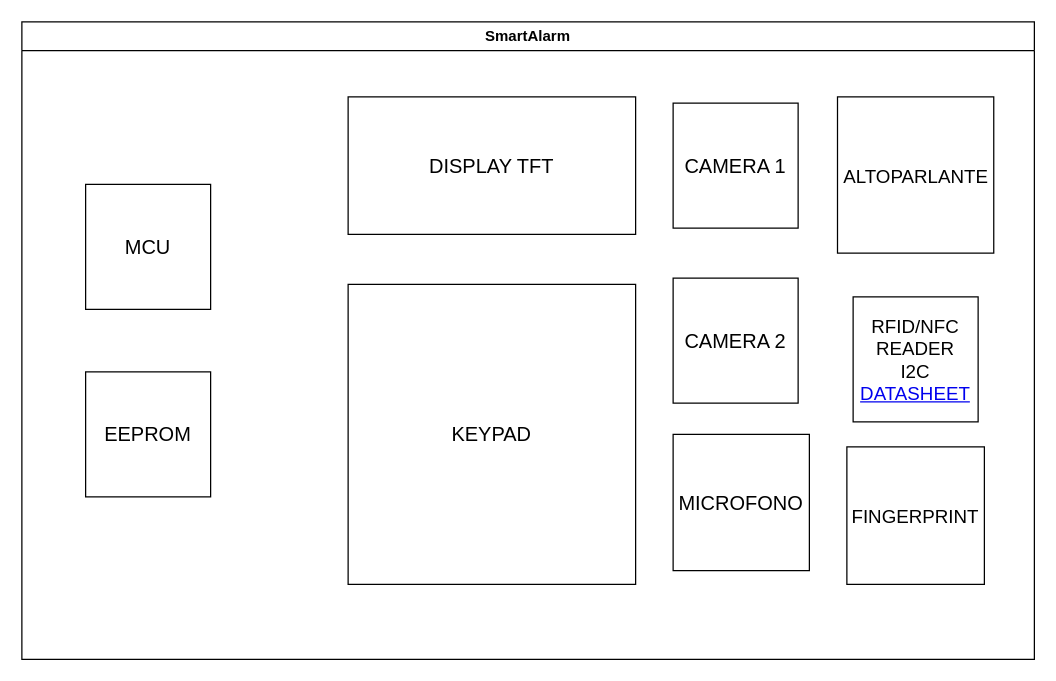
gian02-dev/SmartAlarm keeps this draw.io diagram as SmartAlarm.drawio. Above is the earlier version. Source tidied: cells renumbered, new cells numbered last; positions are measured from the earlier drawing's top-left corner, leaving out a move shared by most shapes. Both pictures are drawn from the tidied source at 125%, with x=0, y=0 at pixel (21, 21).
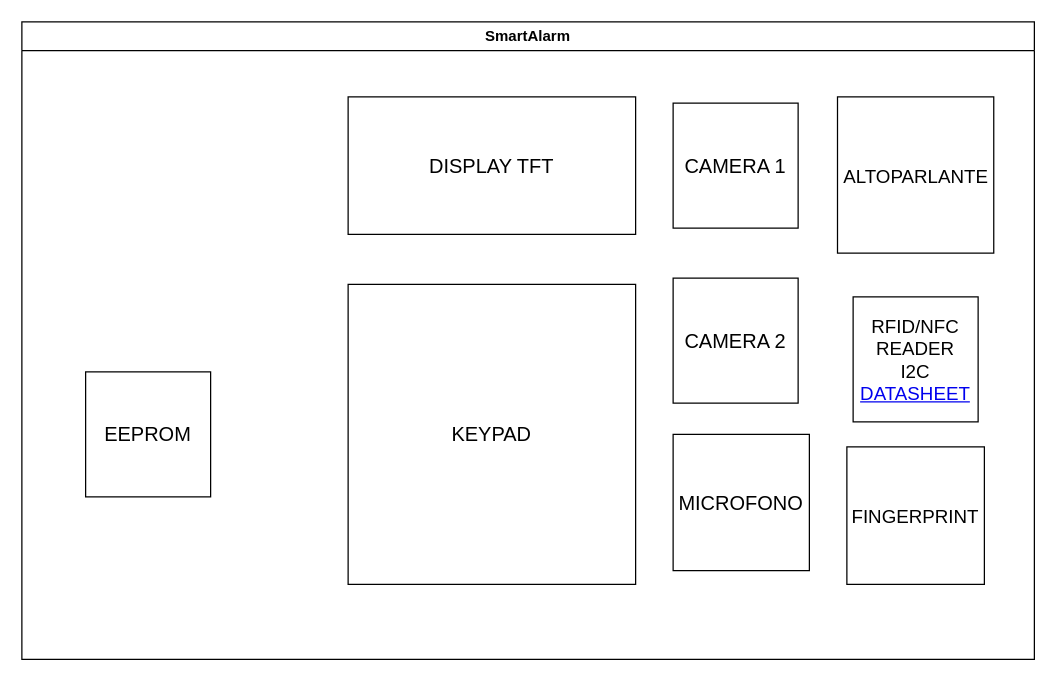
Above is the later version.

What changed in the source:
```diff
@@
 <mxGraphModel>
   <root>
     <mxCell id="0" />
     <mxCell id="1" parent="0" />
     <mxCell id="2" value="SmartAlarm" style="swimlane;whiteSpace=wrap;html=1;" parent="1" vertex="1">
       <mxGeometry width="810" height="510" as="geometry" />
     </mxCell>
     <mxCell id="3" value="&lt;font style=&quot;font-size: 15px;&quot;&gt;RFID/NFC&lt;br&gt;&lt;/font&gt;&lt;div&gt;&lt;font style=&quot;font-size: 15px;&quot;&gt;READER&lt;/font&gt;&lt;/div&gt;&lt;div&gt;&lt;font style=&quot;font-size: 15px;&quot;&gt;I2C&lt;br&gt;&lt;a href=&quot;https://www.mouser.it/datasheet/2/389/st25dv04kc-2450072.pdf&quot;&gt;DATASHEET&lt;/a&gt;&lt;/font&gt;&lt;/div&gt;" style="whiteSpace=wrap;html=1;" parent="2" vertex="1">
       <mxGeometry x="665" y="220" width="100" height="100" as="geometry" />
     </mxCell>
     <mxCell id="4" value="&lt;font style=&quot;font-size: 15px;&quot;&gt;FINGERPRINT&lt;/font&gt;" style="whiteSpace=wrap;html=1;" parent="2" vertex="1">
       <mxGeometry x="660" y="340" width="110" height="110" as="geometry" />
     </mxCell>
     <mxCell id="5" value="&lt;font style=&quot;font-size: 15px;&quot;&gt;ALTOPARLANTE&lt;/font&gt;" style="whiteSpace=wrap;html=1;" parent="2" vertex="1">
       <mxGeometry x="652.5" y="60" width="125" height="125" as="geometry" />
     </mxCell>
     <mxCell id="6" value="&lt;font style=&quot;font-size: 16px;&quot;&gt;DISPLAY TFT&lt;/font&gt;" style="rounded=0;whiteSpace=wrap;html=1;" parent="2" vertex="1">
       <mxGeometry x="261" y="60" width="230" height="110" as="geometry" />
     </mxCell>
     <mxCell id="7" value="&lt;font style=&quot;font-size: 16px;&quot;&gt;KEYPAD&lt;/font&gt;" style="rounded=0;whiteSpace=wrap;html=1;" parent="2" vertex="1">
       <mxGeometry x="261" y="210" width="230" height="240" as="geometry" />
     </mxCell>
-    <mxCell id="8" value="&lt;font style=&quot;font-size: 16px;&quot;&gt;MCU&lt;/font&gt;" style="whiteSpace=wrap;html=1;" parent="2" vertex="1">
-      <mxGeometry x="51" y="130" width="100" height="100" as="geometry" />
-    </mxCell>
     <mxCell id="9" value="&lt;div&gt;&lt;font style=&quot;font-size: 16px;&quot;&gt;EEPROM&lt;/font&gt;&lt;/div&gt;" style="whiteSpace=wrap;html=1;" parent="2" vertex="1">
       <mxGeometry x="51" y="280" width="100" height="100" as="geometry" />
     </mxCell>
     <mxCell id="10" value="&lt;font style=&quot;font-size: 16px;&quot;&gt;CAMERA 1&lt;/font&gt;" style="whiteSpace=wrap;html=1;" parent="2" vertex="1">
       <mxGeometry x="521" y="65" width="100" height="100" as="geometry" />
     </mxCell>
     <mxCell id="11" value="&lt;div&gt;&lt;font style=&quot;font-size: 16px;&quot;&gt;CAMERA 2&lt;/font&gt;&lt;/div&gt;" style="whiteSpace=wrap;html=1;" parent="2" vertex="1">
       <mxGeometry x="521" y="205" width="100" height="100" as="geometry" />
     </mxCell>
     <mxCell id="12" value="&lt;font style=&quot;font-size: 16px;&quot;&gt;MICROFONO&lt;/font&gt;" style="whiteSpace=wrap;html=1;" parent="2" vertex="1">
       <mxGeometry x="521" y="330" width="109" height="109" as="geometry" />
     </mxCell>
   </root>
 </mxGraphModel>
```
